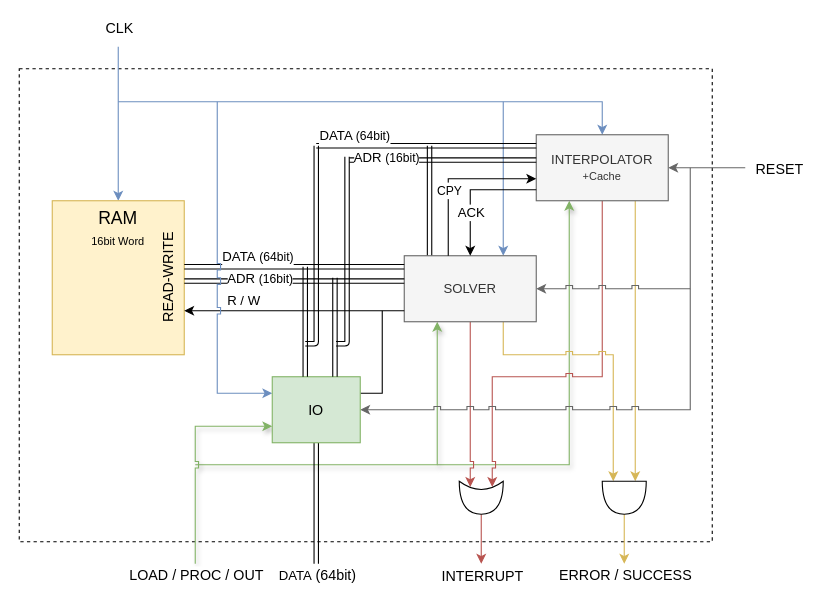
This is page "with interp cache" (1 of 2) of d0.drawio from mido3ds/ode-solver-chip, a draw.io file, before an edit. Source tidied: cells renumbered, new cells numbered last; positions are measured from the earlier drawing's top-left corner, leaving out a move shared by most shapes. Both pictures are drawn from the tidied source at 110%, with x=0, y=0 at pixel (19, 46).
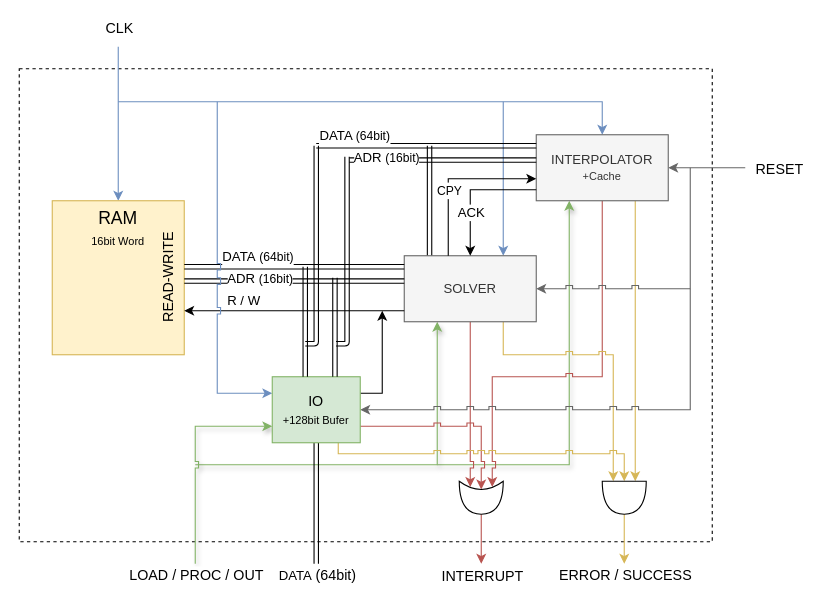
After the change.

Commit message:
io replies with interrupt

Unchanged cells that the change refers to:
```xml
<mxCell id="49" style="shape=or;whiteSpace=wrap;html=1;rounded=0;shadow=0;fontSize=13;flipH=0;flipV=0;direction=south;" parent="1" vertex="1">
  <mxGeometry x="530" y="395" width="40" height="30" as="geometry" />
</mxCell>
<mxCell id="52" style="shape=xor;whiteSpace=wrap;html=1;direction=south;" parent="1" vertex="1">
  <mxGeometry x="400" y="395" width="40" height="30" as="geometry" />
</mxCell>
```

The edit, as a diff of the source:
```diff
@@
-    <mxCell id="37" style="edgeStyle=none;rounded=0;jumpStyle=sharp;jettySize=auto;html=1;exitX=1;exitY=0.25;exitDx=0;exitDy=0;shadow=0;startArrow=none;startFill=0;endArrow=none;endFill=0;strokeColor=#000000;fontSize=13;" parent="1" edge="1" source="39">
+    <mxCell id="37" style="edgeStyle=none;rounded=0;jumpStyle=sharp;jettySize=auto;html=1;exitX=1;exitY=0.25;exitDx=0;exitDy=0;shadow=0;startArrow=none;startFill=0;endArrow=classic;endFill=1;strokeColor=#000000;fontSize=13;" parent="1" edge="1" source="39">
       <mxGeometry relative="1" as="geometry">
         <mxPoint x="330" y="240" as="targetPoint" />
         <Array as="points">
           <mxPoint x="330" y="315" />
         </Array>
       </mxGeometry>
     </mxCell>
@@
+    <mxCell id="53" style="edgeStyle=none;rounded=0;comic=0;jumpStyle=sharp;jettySize=auto;html=1;exitX=1;exitY=0.75;exitDx=0;exitDy=0;entryX=0.25;entryY=0.5;entryDx=0;entryDy=0;entryPerimeter=0;shadow=0;startArrow=none;startFill=0;endArrow=classic;endFill=1;strokeColor=#b85450;fontSize=13;fillColor=#f8cecc;" parent="1" edge="1" source="39" target="52">
+      <mxGeometry relative="1" as="geometry">
+        <Array as="points">
+          <mxPoint x="420" y="345" />
+        </Array>
+      </mxGeometry>
+    </mxCell>
+    <mxCell id="54" style="edgeStyle=none;rounded=0;comic=0;jumpStyle=sharp;jettySize=auto;html=1;exitX=0.75;exitY=1;exitDx=0;exitDy=0;entryX=0;entryY=0.5;entryDx=0;entryDy=0;entryPerimeter=0;shadow=0;startArrow=none;startFill=0;endArrow=classic;endFill=1;strokeColor=#d6b656;fontSize=13;fillColor=#fff2cc;" parent="1" edge="1" source="39" target="49">
+      <mxGeometry relative="1" as="geometry">
+        <Array as="points">
+          <mxPoint x="290" y="370" />
+          <mxPoint x="550" y="370" />
+        </Array>
+      </mxGeometry>
+    </mxCell>
-    <mxCell id="39" value="IO" style="rounded=0;whiteSpace=wrap;html=1;fontSize=13;fillColor=#d5e8d4;strokeColor=#82b366;" parent="1" vertex="1">
+    <mxCell id="39" value="IO&lt;br&gt;&lt;font style=&quot;font-size: 10px&quot;&gt;+128bit Bufer&lt;/font&gt;" style="rounded=0;whiteSpace=wrap;html=1;fontSize=13;fillColor=#d5e8d4;strokeColor=#82b366;" parent="1" vertex="1">
       <mxGeometry x="230" y="300" width="80" height="60" as="geometry" />
     </mxCell>
```
